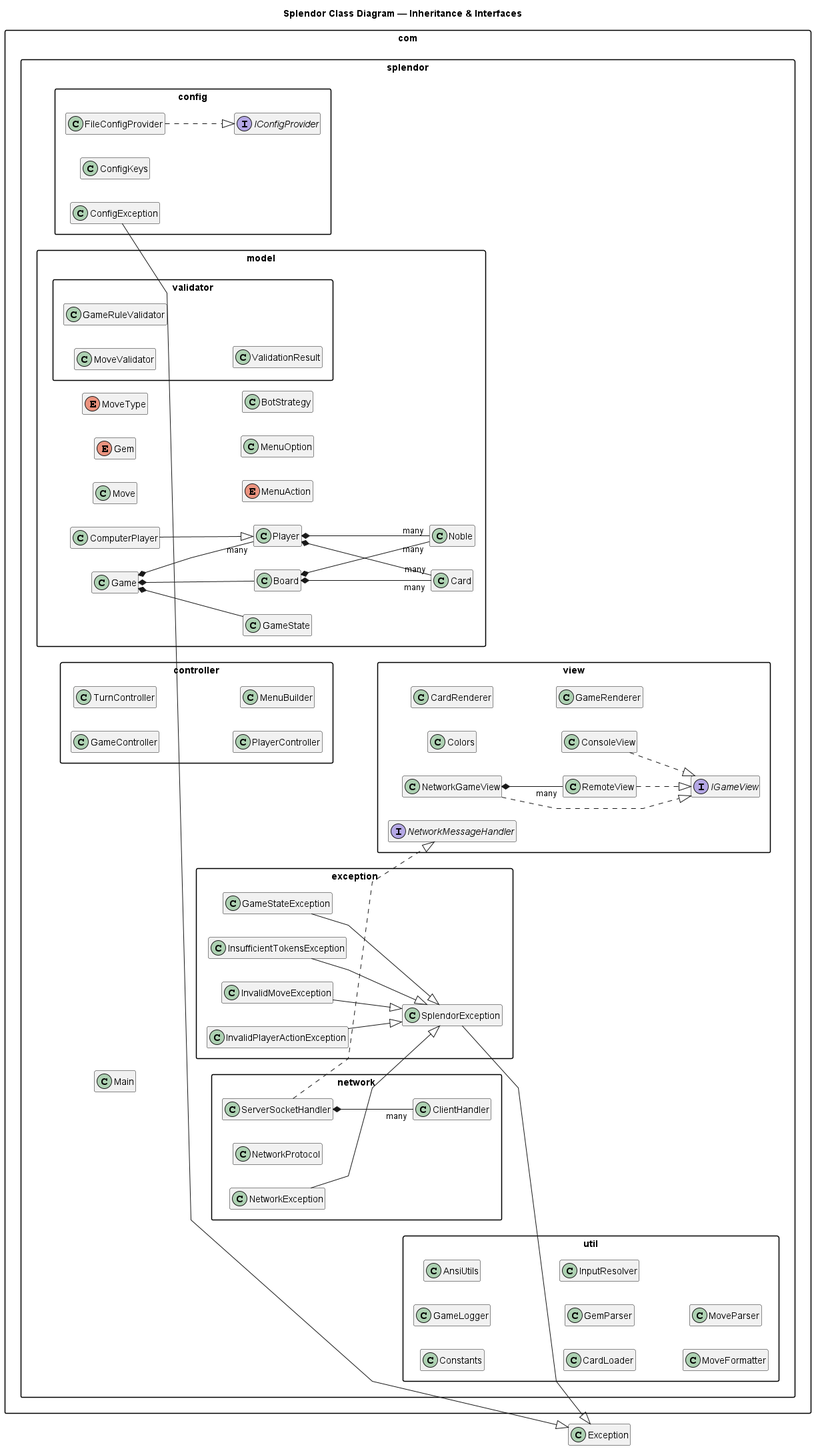
The PlantUML diagram docs/diagrams/auto_generated/splendor_inheritance.png in bryanseah234/playsplendor, before a commit. Source of this version:
```plantuml
@startuml splendor_inheritance
skinparamlocked backgroundColor #FFFFFF

title Splendor Class Diagram — Inheritance & Interfaces

left to right direction
skinparam classAttributeIconSize 0
skinparam shadowing false
skinparam linetype polyline
skinparam packageStyle rectangle
skinparam monochrome false
hide empty members

package "com.splendor" {
  class Main
}

package "com.splendor.config" {
  interface IConfigProvider
  class FileConfigProvider
  class ConfigKeys
  class ConfigException
}

package "com.splendor.exception" {
  class SplendorException
  class GameStateException
  class InsufficientTokensException
  class InvalidMoveException
  class InvalidPlayerActionException
}

package "com.splendor.controller" {
  class GameController
  class TurnController
  class PlayerController
  class MenuBuilder
}

package "com.splendor.model" {
  class Game
  class Board
  class Player
  class ComputerPlayer
  class Card
  class Noble
  class Move
  class GameState
  enum Gem
  enum MoveType
  enum MenuAction
  class MenuOption
  class BotStrategy
}

package "com.splendor.model.validator" {
  class MoveValidator
  class GameRuleValidator
  class ValidationResult
}

package "com.splendor.view" {
  interface IGameView
  class Colors
  class CardRenderer
  class ConsoleView
  class NetworkGameView
  class RemoteView
  interface NetworkMessageHandler
  class GameRenderer
}

package "com.splendor.network" {
  class ServerSocketHandler
  class ClientHandler
  class NetworkProtocol
  class NetworkException
}

package "com.splendor.util" {
  class Constants
  class GameLogger
  class AnsiUtils
  class CardLoader
  class GemParser
  class InputResolver
  class MoveFormatter
  class MoveParser
}

FileConfigProvider ..|> IConfigProvider
ConfigException --|> Exception

SplendorException --|> Exception
GameStateException --|> SplendorException
InsufficientTokensException --|> SplendorException
InvalidMoveException --|> SplendorException
InvalidPlayerActionException --|> SplendorException

NetworkException --|> SplendorException
ServerSocketHandler ..|> NetworkMessageHandler
ServerSocketHandler *-- "many" ClientHandler

ComputerPlayer --|> Player
Game *-- Board
Game *-- "many" Player
Game *-- GameState
Board *-- "many" Card
Board *-- "many" Noble
Player *-- "many" Card
Player *-- "many" Noble

ConsoleView ..|> IGameView
NetworkGameView ..|> IGameView
RemoteView ..|> IGameView
NetworkGameView *-- "many" RemoteView

@enduml
```
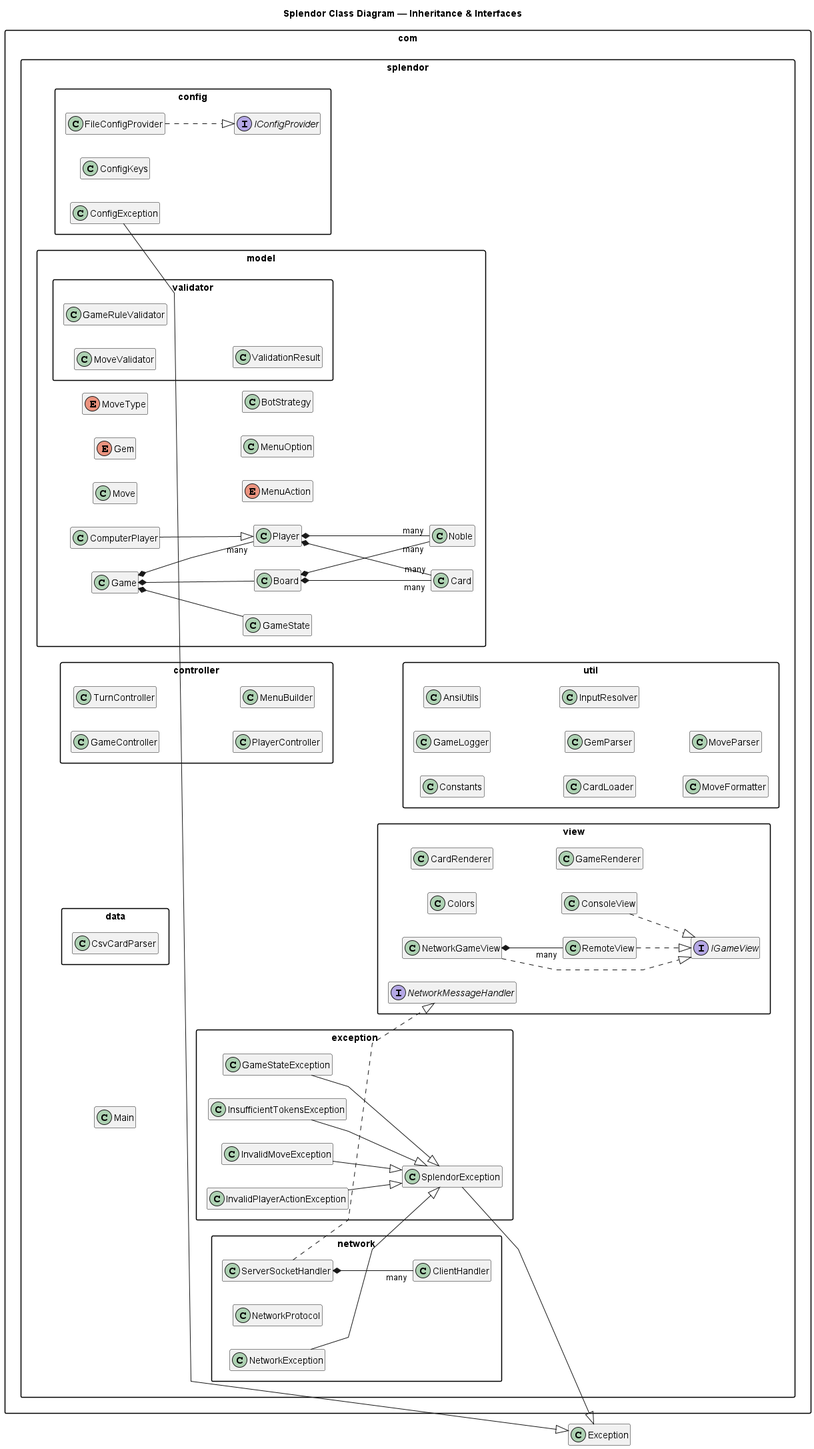
After the change.

Diff of the diagram source:
```diff
@@ -51,6 +51,10 @@
   enum MenuAction
   class MenuOption
   class BotStrategy
+}
+
+package "com.splendor.data" {
+  class CsvCardParser
 }
 
 package "com.splendor.model.validator" {
```
